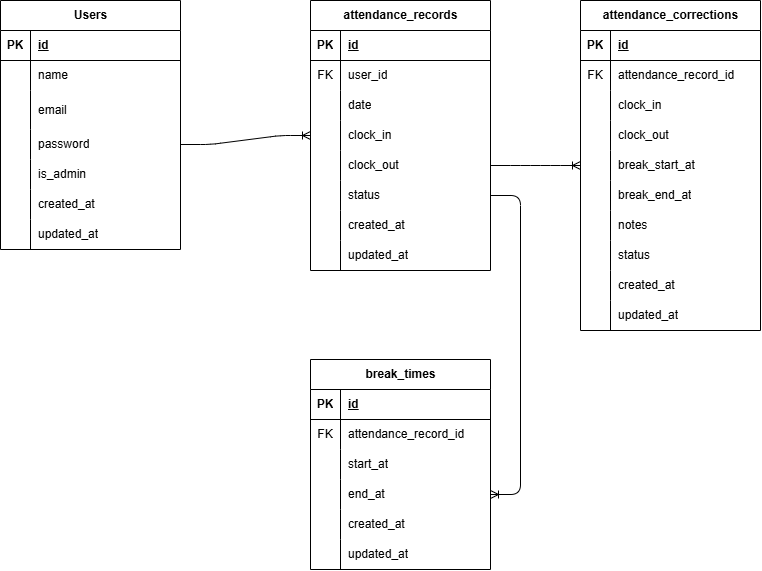
This is ER.drawio.png from Kazuki-Yamaoka/attendance-app, a draw.io export, as it was before one commit. Source tidied: cells renumbered, new cells last; positions are measured from the earlier drawing's top-left corner, leaving out a move shared by most shapes.
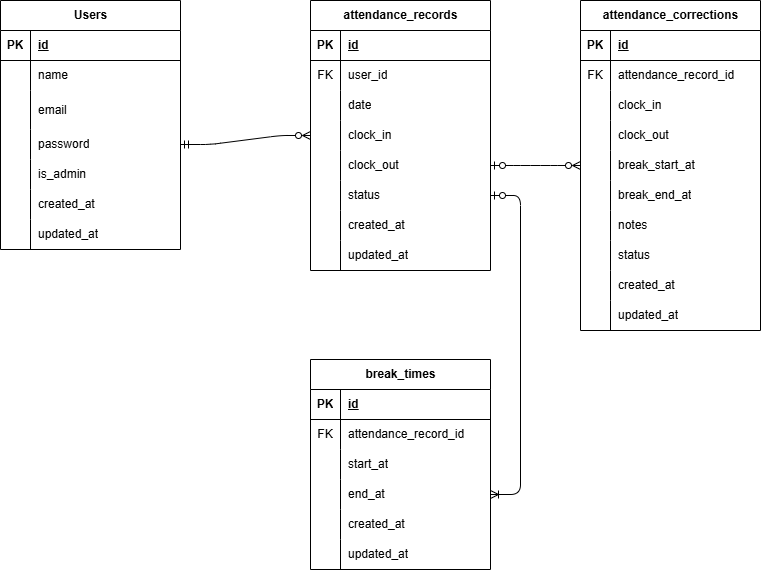
Above is the later version.

The edit, as a diff of the source:
```diff
@@ -293,13 +293,13 @@
     <mxCell id="98" value="updated_at" style="shape=partialRectangle;fillColor=none;top=0;left=0;bottom=0;right=0;align=left;spacingLeft=6;overflow=hidden;whiteSpace=wrap;html=1;" parent="96" vertex="1">
       <mxGeometry x="30" width="150" height="30" as="geometry" />
     </mxCell>
-    <mxCell id="99" style="edgeStyle=entityRelationEdgeStyle;fontSize=12;html=1;endArrow=ERoneToMany;" parent="1" edge="1" source="12" target="34">
+    <mxCell id="99" style="edgeStyle=entityRelationEdgeStyle;fontSize=12;html=1;endArrow=ERzeroToMany;startArrow=ERmandOne;startFill=0;endFill=0;" parent="1" edge="1" source="12" target="34">
       <mxGeometry relative="1" as="geometry" />
     </mxCell>
-    <mxCell id="100" style="edgeStyle=entityRelationEdgeStyle;fontSize=12;html=1;endArrow=ERoneToMany;" parent="1" edge="1" source="40" target="59">
+    <mxCell id="100" style="edgeStyle=entityRelationEdgeStyle;fontSize=12;html=1;endArrow=ERoneToMany;startArrow=ERzeroToOne;startFill=0;endFill=0;" parent="1" edge="1" source="40" target="59">
       <mxGeometry relative="1" as="geometry" />
     </mxCell>
-    <mxCell id="101" style="edgeStyle=entityRelationEdgeStyle;fontSize=12;html=1;endArrow=ERoneToMany;" parent="1" edge="1" source="37" target="81">
+    <mxCell id="101" style="edgeStyle=entityRelationEdgeStyle;fontSize=12;html=1;endArrow=ERzeroToMany;endFill=0;startArrow=ERzeroToOne;startFill=0;" parent="1" edge="1" source="37" target="81">
       <mxGeometry relative="1" as="geometry" />
     </mxCell>
   </root>
```
